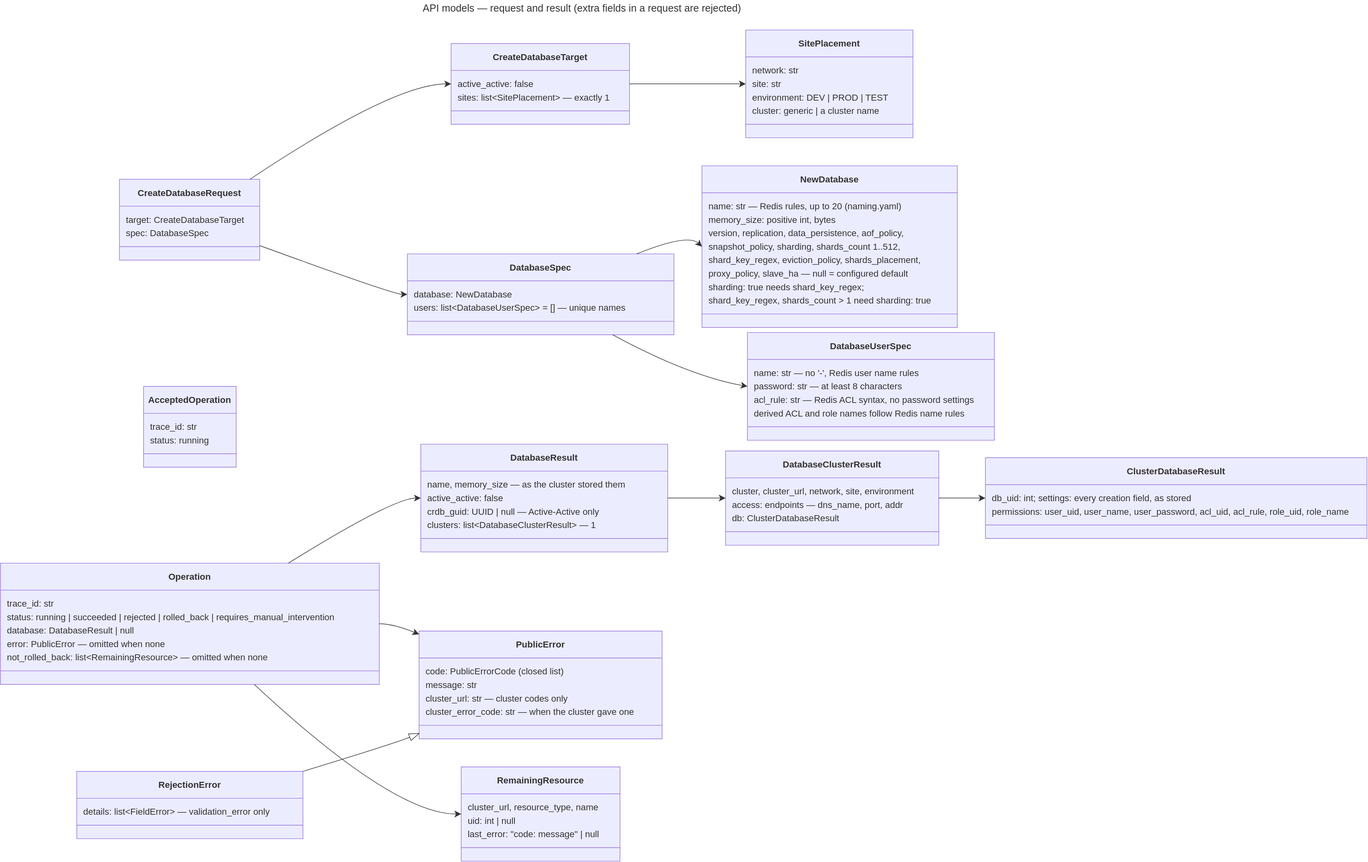
EliShteinman/redis-enterprise-services keeps this draw.io diagram as docs/diagrams/19-api-models-create.drawio.svg. Above is the earlier version. Source tidied: cells renumbered, new cells last; positions are measured from the earlier drawing's top-left corner, leaving out a move shared by most shapes.
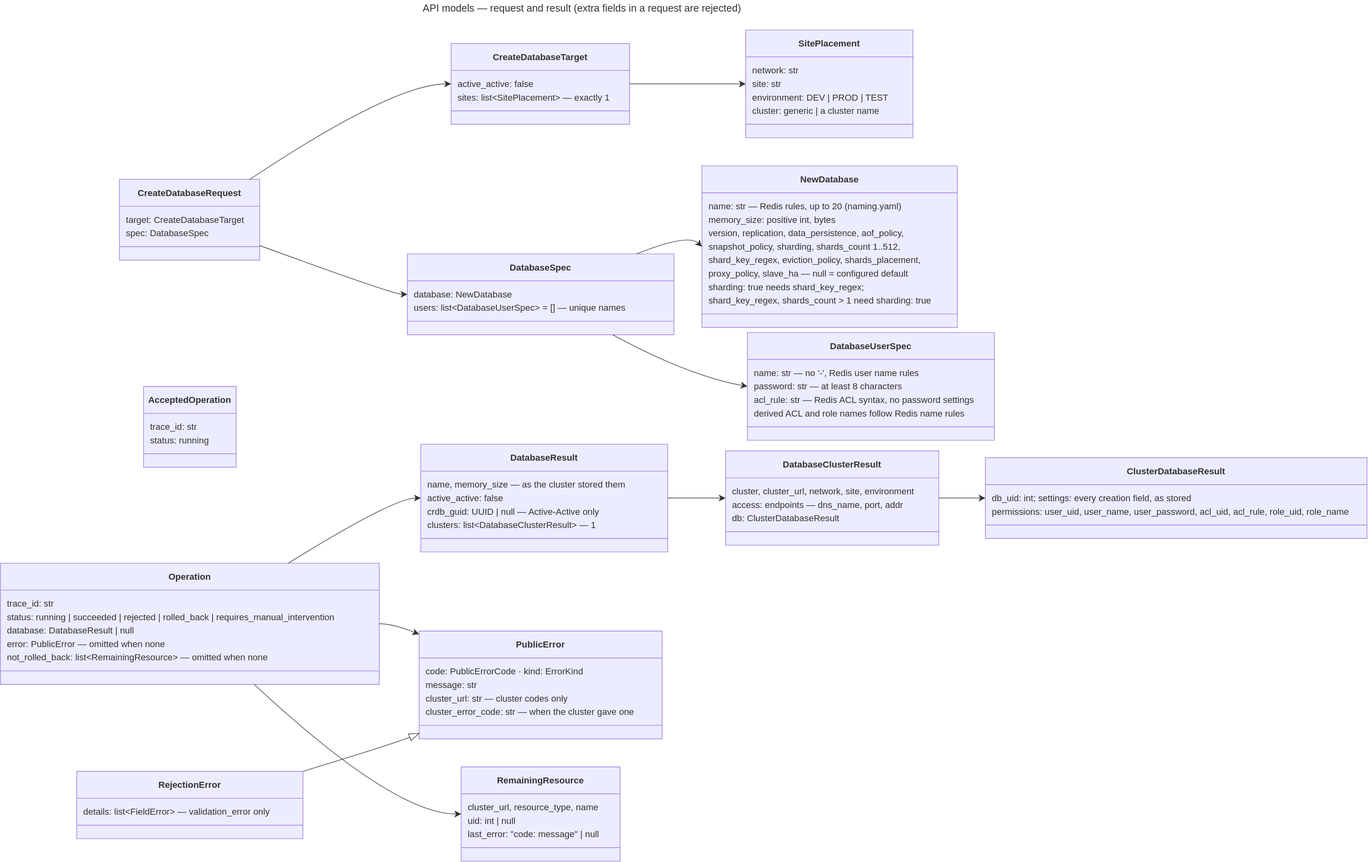
After the change.

Commit message:
docs(errors): error kind, service messages instead of upstream bodies, unexpected errors in full

The edit, as a diff of the source:
```diff
@@ -185,7 +185,7 @@
     <mxCell id="62" value="&lt;b&gt;PublicError&lt;/b&gt;" style="swimlane;html=1;fontStyle=1;fontSize=16;align=center;verticalAlign=middle;horizontal=1;startSize=48;swimlaneFillColor=light-dark(#ECECFF,#1f2020);whiteSpace=wrap;fillColor=light-dark(#ECECFF,#1f2020);strokeColor=light-dark(#9370DB,#cccccc);fontColor=light-dark(#333333,#cccccc);fontFamily=Trebuchet MS,Verdana,Arial,sans-serif;" parent="1" vertex="1">
       <mxGeometry x="746" y="1124" width="433" height="192" as="geometry" />
     </mxCell>
-    <mxCell id="63" value="code: PublicErrorCode (closed list)" style="text;fontSize=16;strokeColor=none;fillColor=none;align=left;verticalAlign=middle;spacingLeft=10;spacingRight=12;spacingBottom=2;overflow=hidden;fontFamily=Trebuchet MS,Verdana,Arial,sans-serif;fontColor=light-dark(#333333,#cccccc);" parent="62" vertex="1">
+    <mxCell id="63" value="code: PublicErrorCode · kind: ErrorKind" style="text;fontSize=16;strokeColor=none;fillColor=none;align=left;verticalAlign=middle;spacingLeft=10;spacingRight=12;spacingBottom=2;overflow=hidden;fontFamily=Trebuchet MS,Verdana,Arial,sans-serif;fontColor=light-dark(#333333,#cccccc);" parent="62" vertex="1">
       <mxGeometry y="60" width="433" height="24" as="geometry" />
     </mxCell>
     <mxCell id="64" value="message: str" style="text;fontSize=16;strokeColor=none;fillColor=none;align=left;verticalAlign=middle;spacingLeft=10;spacingRight=12;spacingBottom=2;overflow=hidden;fontFamily=Trebuchet MS,Verdana,Arial,sans-serif;fontColor=light-dark(#333333,#cccccc);" parent="62" vertex="1">
```
